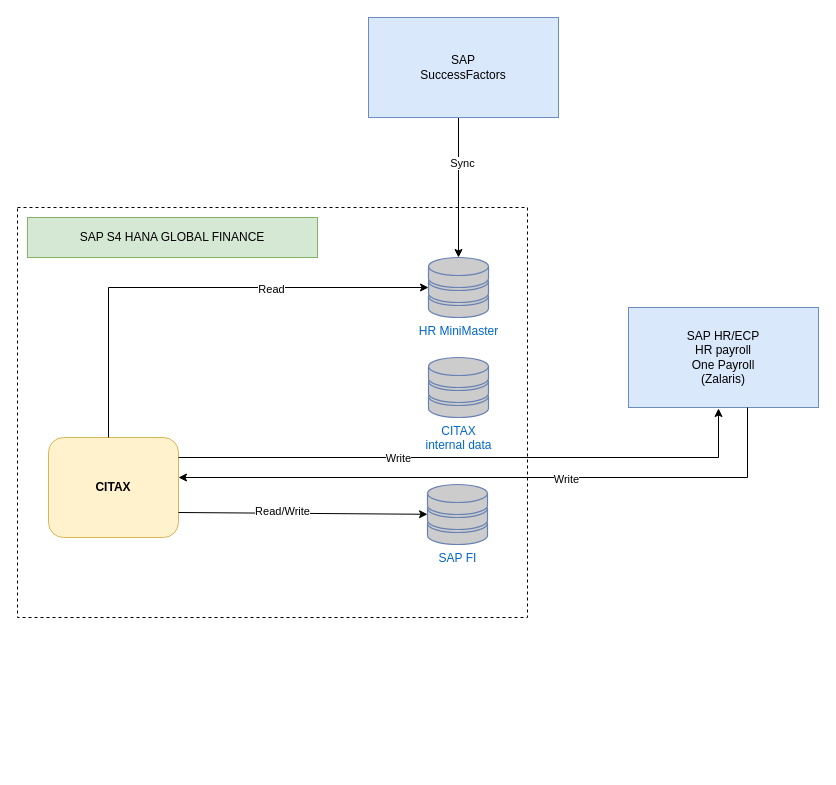
The draw.io diagram Untitled Diagram.drawio in adnanalicic/notes, before the edit. Source tidied: cells renumbered, new cells numbered last; positions are measured from the earlier drawing's top-left corner, leaving out a move shared by most shapes. Both pictures are drawn from the tidied source at 100%, with x=0, y=0 at pixel (17, 17).
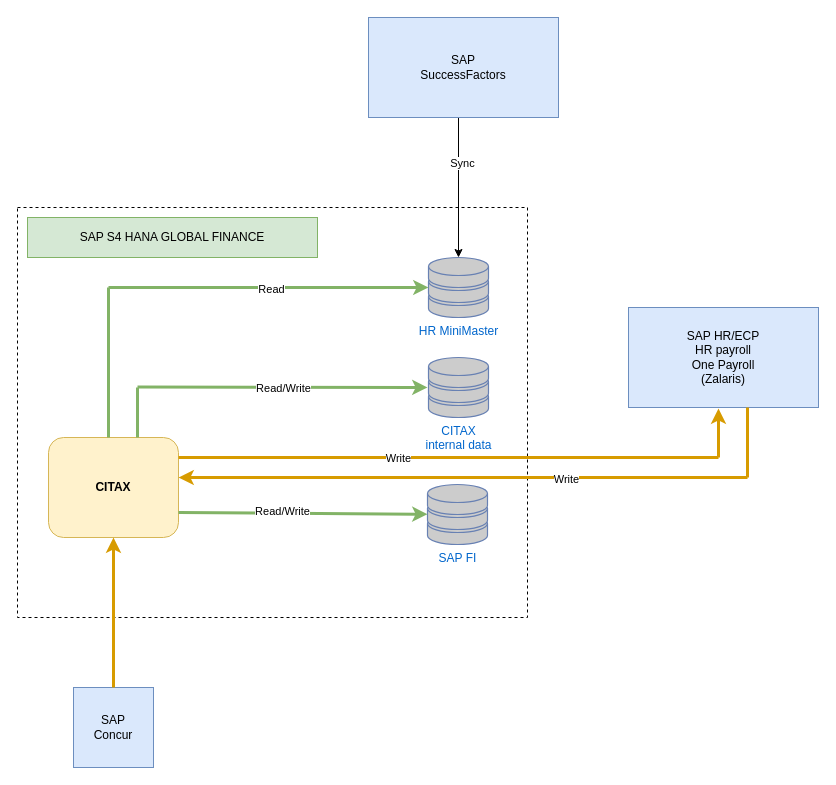
The same diagram, later.

The change refers to these unchanged cells:
```xml
<mxCell id="3" value="HR MiniMaster" style="fontColor=#0066CC;verticalAlign=top;verticalLabelPosition=bottom;labelPosition=center;align=center;html=1;outlineConnect=0;fillColor=#CCCCCC;strokeColor=#6881B3;gradientColor=none;gradientDirection=north;strokeWidth=2;shape=mxgraph.networks.storage;" parent="1" vertex="1">
  <mxGeometry x="411" y="240" width="60" height="60" as="geometry" />
</mxCell>
<mxCell id="4" value="&lt;b&gt;CITAX&lt;/b&gt;" style="rounded=1;whiteSpace=wrap;html=1;fillColor=#fff2cc;strokeColor=#d6b656;" parent="1" vertex="1">
  <mxGeometry x="31" y="420" width="130" height="100" as="geometry" />
</mxCell>
<mxCell id="5" value="SAP FI" style="fontColor=#0066CC;verticalAlign=top;verticalLabelPosition=bottom;labelPosition=center;align=center;html=1;outlineConnect=0;fillColor=#CCCCCC;strokeColor=#6881B3;gradientColor=none;gradientDirection=north;strokeWidth=2;shape=mxgraph.networks.storage;" parent="1" vertex="1">
  <mxGeometry x="410" y="467" width="60" height="60" as="geometry" />
</mxCell>
```

Diff of the diagram source:
```diff
@@
-    <mxCell id="8" style="endArrow=none;html=1;rounded=0;" parent="1" edge="1">
+    <mxCell id="8" style="endArrow=none;html=1;rounded=0;fillColor=#d5e8d4;strokeColor=#82b366;strokeWidth=3;" parent="1" edge="1">
       <mxGeometry relative="1" as="geometry">
         <mxPoint x="91" y="420" as="sourcePoint" />
         <mxPoint x="91" y="270" as="targetPoint" />
       </mxGeometry>
     </mxCell>
-    <mxCell id="9" style="endArrow=classic;html=1;rounded=0;entryX=0;entryY=0.5;entryDx=0;entryDy=0;entryPerimeter=0;" parent="1" edge="1" target="3">
+    <mxCell id="9" style="endArrow=classic;html=1;rounded=0;entryX=0;entryY=0.5;entryDx=0;entryDy=0;entryPerimeter=0;fillColor=#d5e8d4;strokeColor=#82b366;strokeWidth=3;" parent="1" edge="1" target="3">
       <mxGeometry relative="1" as="geometry">
         <mxPoint x="91" y="270" as="sourcePoint" />
       </mxGeometry>
     </mxCell>
@@
-    <mxCell id="11" style="endArrow=classic;html=1;rounded=0;exitX=1;exitY=0.75;exitDx=0;exitDy=0;" parent="1" edge="1" source="4" target="5">
+    <mxCell id="11" style="endArrow=classic;html=1;rounded=0;exitX=1;exitY=0.75;exitDx=0;exitDy=0;strokeWidth=3;fillColor=#d5e8d4;strokeColor=#82b366;" parent="1" edge="1" source="4" target="5">
       <mxGeometry relative="1" as="geometry" />
     </mxCell>
@@
-    <mxCell id="14" style="endArrow=none;html=1;rounded=0;" parent="1" edge="1">
+    <mxCell id="14" style="endArrow=none;html=1;rounded=0;fillColor=#ffe6cc;strokeColor=#d79b00;strokeWidth=3;" parent="1" edge="1">
       <mxGeometry relative="1" as="geometry">
         <mxPoint x="161" y="440" as="sourcePoint" />
         <mxPoint x="701" y="440" as="targetPoint" />
       </mxGeometry>
     </mxCell>
@@
-    <mxCell id="16" style="endArrow=classic;html=1;rounded=0;entryX=0.5;entryY=1;entryDx=0;entryDy=0;" parent="1" edge="1">
+    <mxCell id="16" style="endArrow=classic;html=1;rounded=0;entryX=0.5;entryY=1;entryDx=0;entryDy=0;strokeWidth=3;fillColor=#ffe6cc;strokeColor=#d79b00;" parent="1" edge="1">
       <mxGeometry relative="1" as="geometry">
         <mxPoint x="701" y="440" as="sourcePoint" />
         <mxPoint x="701" y="391" as="targetPoint" />
       </mxGeometry>
     </mxCell>
@@
-    <mxCell id="20" style="endArrow=classic;html=1;rounded=0;entryX=1;entryY=0.25;entryDx=0;entryDy=0;" parent="1" edge="1">
+    <mxCell id="20" style="endArrow=classic;html=1;rounded=0;entryX=1;entryY=0.25;entryDx=0;entryDy=0;fillColor=#ffe6cc;strokeColor=#d79b00;strokeWidth=3;" parent="1" edge="1">
       <mxGeometry relative="1" as="geometry">
         <mxPoint x="730" y="460" as="sourcePoint" />
         <mxPoint x="161" y="460" as="targetPoint" />
       </mxGeometry>
     </mxCell>
@@
-    <mxCell id="22" style="endArrow=none;html=1;rounded=0;" parent="1" edge="1">
+    <mxCell id="22" style="endArrow=none;html=1;rounded=0;fillColor=#ffe6cc;strokeColor=#d79b00;strokeWidth=3;" parent="1" edge="1">
       <mxGeometry relative="1" as="geometry">
         <mxPoint x="730" y="460" as="sourcePoint" />
         <mxPoint x="730" y="390" as="targetPoint" />
       </mxGeometry>
     </mxCell>
+    <mxCell id="23" value="&lt;div&gt;SAP&lt;/div&gt;Concur" style="whiteSpace=wrap;html=1;fillColor=#dae8fc;strokeColor=#6c8ebf;" parent="1" vertex="1">
+      <mxGeometry x="56" y="670" width="80" height="80" as="geometry" />
+    </mxCell>
+    <mxCell id="24" style="endArrow=classic;html=1;rounded=0;entryX=0.5;entryY=1;entryDx=0;entryDy=0;exitX=0.5;exitY=0;exitDx=0;exitDy=0;fillColor=#ffe6cc;strokeColor=#d79b00;strokeWidth=3;" parent="1" edge="1" source="23" target="4">
+      <mxGeometry relative="1" as="geometry" />
+    </mxCell>
+    <mxCell id="25" style="endArrow=none;html=1;rounded=0;fillColor=#d5e8d4;strokeColor=#82b366;strokeWidth=3;" parent="1" edge="1">
+      <mxGeometry relative="1" as="geometry">
+        <mxPoint x="120" y="420" as="sourcePoint" />
+        <mxPoint x="120" y="370" as="targetPoint" />
+      </mxGeometry>
+    </mxCell>
+    <mxCell id="26" style="endArrow=classic;html=1;rounded=0;fillColor=#d5e8d4;strokeColor=#82b366;strokeWidth=3;" parent="1" edge="1">
+      <mxGeometry relative="1" as="geometry">
+        <mxPoint x="120" y="369.6" as="sourcePoint" />
+        <mxPoint x="410" y="370" as="targetPoint" />
+      </mxGeometry>
+    </mxCell>
+    <mxCell id="27" value="Read/Write" style="edgeLabel;html=1;align=center;verticalAlign=middle;" parent="26" vertex="1">
+      <mxGeometry x="0.01" y="-1" relative="1" as="geometry" />
+    </mxCell>
```
